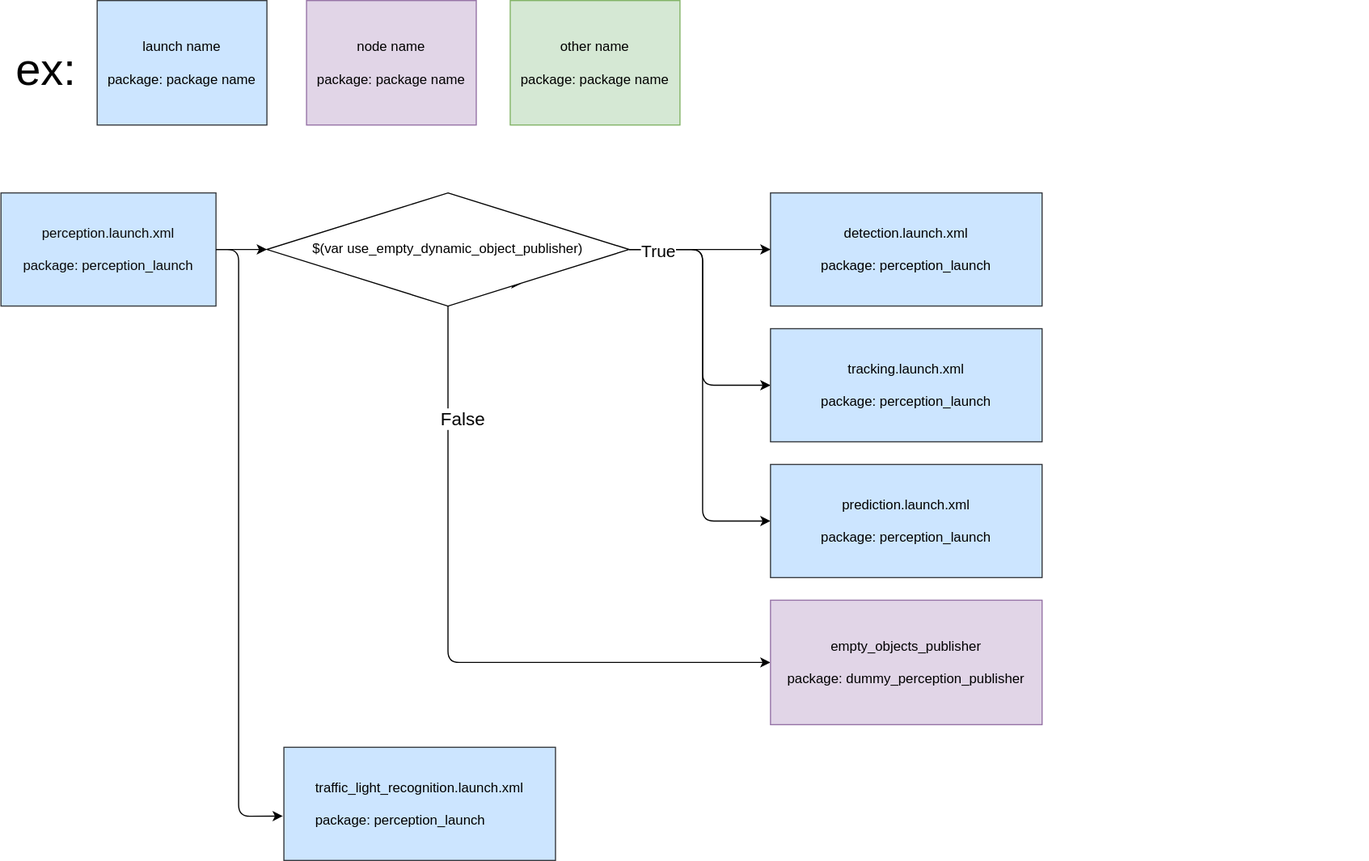
Before: perception_launch/perception_launch.drawio.svg, a diagram exported from draw.io (autowarefoundation/autoware_launch). Source tidied: cells renumbered, new cells last; positions are measured from the earlier drawing's top-left corner, leaving out a move shared by most shapes. Its diagram source:
```xml
<mxGraphModel>
  <root>
    <mxCell id="0" />
    <mxCell id="1" parent="0" />
    <mxCell id="2" style="edgeStyle=none;jettySize=auto;html=1;exitX=1;exitY=0.5;exitDx=0;exitDy=0;entryX=0;entryY=0.5;entryDx=0;entryDy=0;rounded=1;" parent="1" edge="1" source="14" target="18">
      <mxGeometry relative="1" as="geometry">
        <Array as="points">
          <mxPoint x="620" y="220" />
          <mxPoint x="620" y="340" />
        </Array>
      </mxGeometry>
    </mxCell>
    <mxCell id="3" style="edgeStyle=none;jettySize=auto;html=1;exitX=1;exitY=0.5;exitDx=0;exitDy=0;entryX=0;entryY=0.5;entryDx=0;entryDy=0;rounded=1;" parent="1" edge="1" source="14" target="19">
      <mxGeometry relative="1" as="geometry">
        <Array as="points">
          <mxPoint x="620" y="220" />
          <mxPoint x="620" y="460" />
        </Array>
      </mxGeometry>
    </mxCell>
    <mxCell id="4" value="perception.launch.xml&lt;br&gt;&lt;br&gt;&lt;div&gt;&lt;span&gt;package: perception_launch&lt;/span&gt;&lt;/div&gt;" style="rounded=0;whiteSpace=wrap;html=1;fillColor=#cce5ff;strokeColor=#36393d;fontColor=#0A0A0A;verticalAlign=middle;align=center;" parent="1" vertex="1">
      <mxGeometry y="170" width="190" height="100" as="geometry" />
    </mxCell>
    <mxCell id="5" style="endArrow=classic;html=1;exitX=1;exitY=0.5;exitDx=0;exitDy=0;entryX=0;entryY=0.5;entryDx=0;entryDy=0;" parent="1" edge="1" source="4" target="14">
      <mxGeometry relative="1" as="geometry" />
    </mxCell>
    <mxCell id="6" style="endArrow=classic;html=1;exitX=0.5;exitY=1;exitDx=0;exitDy=0;" parent="1" edge="1" source="14" target="20">
      <mxGeometry relative="1" as="geometry">
        <Array as="points">
          <mxPoint x="395" y="585" />
        </Array>
      </mxGeometry>
    </mxCell>
    <mxCell id="7" value="False" style="edgeLabel;html=1;align=center;verticalAlign=middle;fontSize=16;" parent="6" vertex="1">
      <mxGeometry x="0.09" y="-1" relative="1" as="geometry">
        <mxPoint x="1" y="-217" as="offset" />
      </mxGeometry>
    </mxCell>
    <mxCell id="8" style="endArrow=classic;html=1;exitX=1;exitY=0.5;exitDx=0;exitDy=0;entryX=0;entryY=0.5;entryDx=0;entryDy=0;" parent="1" edge="1">
      <mxGeometry relative="1" as="geometry">
        <mxPoint x="420" y="250" as="sourcePoint" />
        <mxPoint x="460" y="250" as="targetPoint" />
      </mxGeometry>
    </mxCell>
    <mxCell id="9" style="edgeStyle=none;rounded=0;orthogonalLoop=1;jettySize=auto;html=1;entryX=1;entryY=0.5;entryDx=0;entryDy=0;" parent="1" edge="1">
      <mxGeometry relative="1" as="geometry">
        <mxPoint x="1200" y="605" as="sourcePoint" />
        <mxPoint x="1200" y="605" as="targetPoint" />
      </mxGeometry>
    </mxCell>
    <mxCell id="10" value="launch name&lt;br&gt;&lt;br&gt;&lt;div style=&quot;text-align: left&quot;&gt;&lt;span&gt;package: package name&lt;/span&gt;&lt;/div&gt;" style="rounded=0;whiteSpace=wrap;html=1;fillColor=#cce5ff;strokeColor=#36393d;fontColor=#000000;" parent="1" vertex="1">
      <mxGeometry x="85" width="150" height="110" as="geometry" />
    </mxCell>
    <mxCell id="11" value="ex:" style="text;html=1;strokeColor=none;fillColor=none;align=center;verticalAlign=middle;whiteSpace=wrap;rounded=0;fontSize=40;" parent="1" vertex="1">
      <mxGeometry x="20" y="50" width="40" height="20" as="geometry" />
    </mxCell>
    <mxCell id="12" value="node name&lt;br&gt;&lt;br&gt;&lt;div style=&quot;text-align: left&quot;&gt;&lt;span&gt;package: package name&lt;/span&gt;&lt;/div&gt;" style="rounded=0;whiteSpace=wrap;html=1;fillColor=#e1d5e7;strokeColor=#9673a6;fontColor=#000000;" parent="1" vertex="1">
      <mxGeometry x="270" width="150" height="110" as="geometry" />
    </mxCell>
    <mxCell id="13" value="other name&lt;br&gt;&lt;br&gt;&lt;div style=&quot;text-align: left&quot;&gt;&lt;span&gt;package: package name&lt;/span&gt;&lt;/div&gt;" style="rounded=0;whiteSpace=wrap;html=1;fillColor=#d5e8d4;strokeColor=#82b366;fontColor=#000000;" parent="1" vertex="1">
      <mxGeometry x="450" width="150" height="110" as="geometry" />
    </mxCell>
    <mxCell id="14" value="$(var use_empty_dynamic_object_publisher)" style="rhombus;whiteSpace=wrap;html=1;" parent="1" vertex="1">
      <mxGeometry x="235" y="170" width="320" height="100" as="geometry" />
    </mxCell>
    <mxCell id="15" value="detection.launch.xml&lt;br&gt;&lt;br&gt;&lt;div style=&quot;text-align: left&quot;&gt;&lt;span&gt;package: perception_launch&lt;/span&gt;&lt;/div&gt;" style="rounded=0;whiteSpace=wrap;html=1;fillColor=#cce5ff;strokeColor=#36393d;fontColor=#000000;" parent="1" vertex="1">
      <mxGeometry x="680" y="170" width="240" height="100" as="geometry" />
    </mxCell>
    <mxCell id="16" style="edgeStyle=none;rounded=0;jettySize=auto;html=1;exitX=1;exitY=0.5;exitDx=0;exitDy=0;entryX=0;entryY=0.5;entryDx=0;entryDy=0;" parent="1" edge="1" source="14" target="15">
      <mxGeometry relative="1" as="geometry" />
    </mxCell>
    <mxCell id="17" value="True" style="edgeLabel;html=1;align=center;verticalAlign=middle;fontSize=15;" parent="16" vertex="1">
      <mxGeometry x="0.26" y="1" relative="1" as="geometry">
        <mxPoint x="-54" y="1" as="offset" />
      </mxGeometry>
    </mxCell>
    <mxCell id="18" value="tracking.launch.xml&lt;br&gt;&lt;br&gt;&lt;div style=&quot;text-align: left&quot;&gt;&lt;span&gt;package: perception_launch&lt;/span&gt;&lt;/div&gt;" style="rounded=0;whiteSpace=wrap;html=1;fillColor=#cce5ff;strokeColor=#36393d;fontColor=#000000;" parent="1" vertex="1">
      <mxGeometry x="680" y="290" width="240" height="100" as="geometry" />
    </mxCell>
    <mxCell id="19" value="prediction.launch.xml&lt;br&gt;&lt;br&gt;&lt;div style=&quot;text-align: left&quot;&gt;&lt;span&gt;package: perception_launch&lt;/span&gt;&lt;/div&gt;" style="rounded=0;whiteSpace=wrap;html=1;fillColor=#cce5ff;strokeColor=#36393d;fontColor=#000000;" parent="1" vertex="1">
      <mxGeometry x="680" y="410" width="240" height="100" as="geometry" />
    </mxCell>
    <mxCell id="20" value="empty_objects_publisher&lt;br&gt;&lt;br&gt;&lt;div style=&quot;text-align: left&quot;&gt;&lt;span&gt;package: dummy_perception_publisher&lt;/span&gt;&lt;/div&gt;" style="rounded=0;whiteSpace=wrap;html=1;fillColor=#e1d5e7;strokeColor=#9673a6;fontColor=#000000;" parent="1" vertex="1">
      <mxGeometry x="680" y="530" width="240" height="110" as="geometry" />
    </mxCell>
    <mxCell id="21" value="traffic_light_recognition.launch.xml&lt;br&gt;&lt;br&gt;&lt;div style=&quot;text-align: left&quot;&gt;&lt;span&gt;package: perception_launch&lt;/span&gt;&lt;/div&gt;" style="rounded=0;whiteSpace=wrap;html=1;fillColor=#cce5ff;strokeColor=#36393d;fontColor=#000000;" parent="1" vertex="1">
      <mxGeometry x="250" y="660" width="240" height="100" as="geometry" />
    </mxCell>
    <mxCell id="22" style="edgeStyle=none;jettySize=auto;html=1;exitX=1;exitY=0.5;exitDx=0;exitDy=0;entryX=-0.004;entryY=0.608;entryDx=0;entryDy=0;rounded=1;entryPerimeter=0;" parent="1" edge="1" source="4" target="21">
      <mxGeometry relative="1" as="geometry">
        <Array as="points">
          <mxPoint x="210" y="220" />
          <mxPoint x="210" y="721" />
        </Array>
      </mxGeometry>
    </mxCell>
  </root>
</mxGraphModel>
```
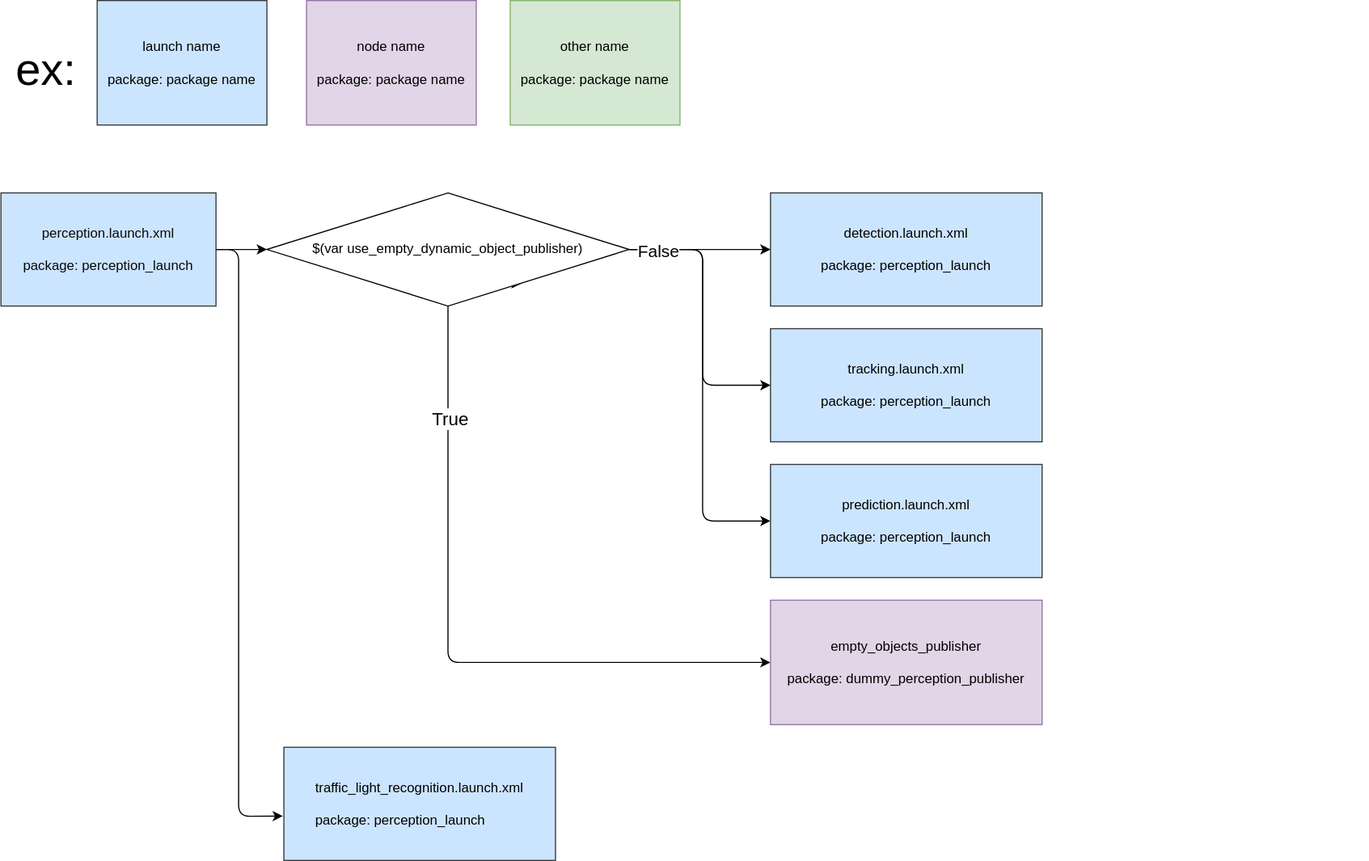
After the change.

Commit message:
Fix: Modify arg in drawio graph for README (perception launch) (#466)

Modified True/False and alignment (put to center) of use_empty_dynamic_object_publisher in drawio graph.

What changed in the source:
```diff
@@ -31,9 +31,9 @@
         </Array>
       </mxGeometry>
     </mxCell>
-    <mxCell id="7" value="False" style="edgeLabel;html=1;align=center;verticalAlign=middle;fontSize=16;" parent="6" vertex="1">
+    <mxCell id="7" value="True" style="edgeLabel;html=1;align=center;verticalAlign=middle;fontSize=16;" parent="6" vertex="1">
       <mxGeometry x="0.09" y="-1" relative="1" as="geometry">
-        <mxPoint x="1" y="-217" as="offset" />
+        <mxPoint x="-10" y="-217" as="offset" />
       </mxGeometry>
     </mxCell>
     <mxCell id="8" style="endArrow=classic;html=1;exitX=1;exitY=0.5;exitDx=0;exitDy=0;entryX=0;entryY=0.5;entryDx=0;entryDy=0;" parent="1" edge="1">
@@ -69,7 +69,7 @@
     <mxCell id="16" style="edgeStyle=none;rounded=0;jettySize=auto;html=1;exitX=1;exitY=0.5;exitDx=0;exitDy=0;entryX=0;entryY=0.5;entryDx=0;entryDy=0;" parent="1" edge="1" source="14" target="15">
       <mxGeometry relative="1" as="geometry" />
     </mxCell>
-    <mxCell id="17" value="True" style="edgeLabel;html=1;align=center;verticalAlign=middle;fontSize=15;" parent="16" vertex="1">
+    <mxCell id="17" value="False" style="edgeLabel;html=1;align=center;verticalAlign=middle;fontSize=15;" parent="16" vertex="1">
       <mxGeometry x="0.26" y="1" relative="1" as="geometry">
         <mxPoint x="-54" y="1" as="offset" />
       </mxGeometry>
```
